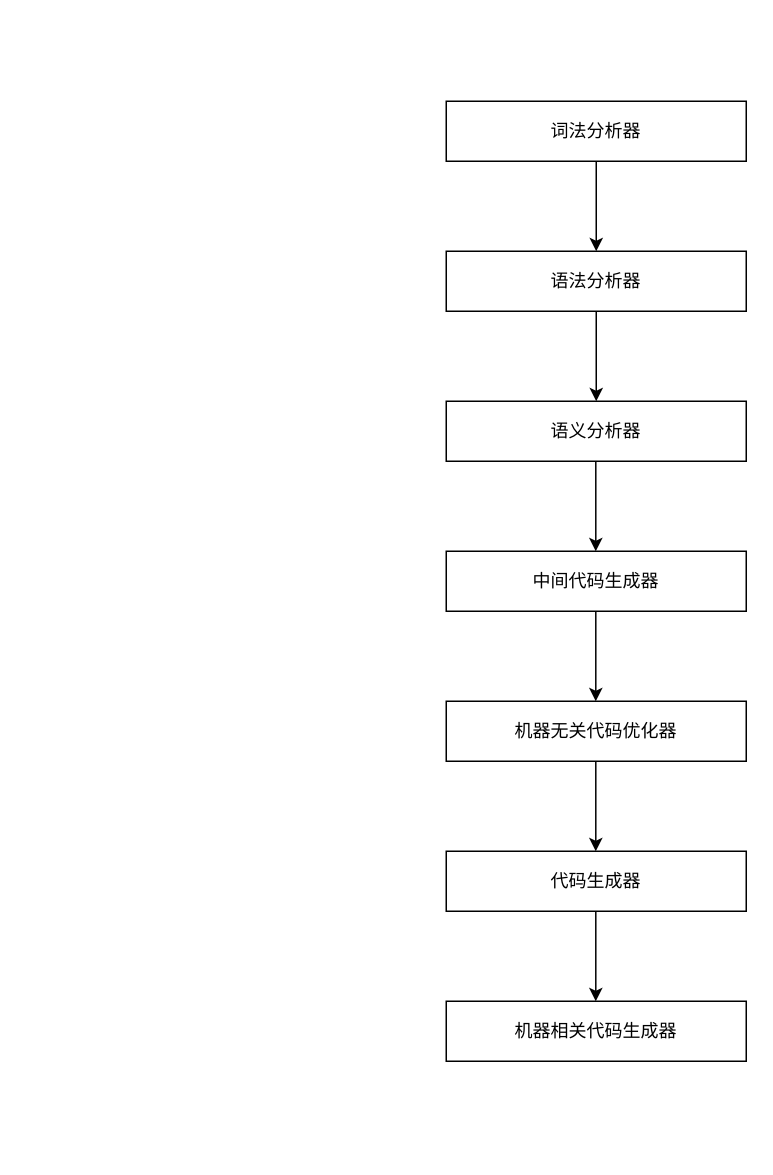
Before: Untitled Diagram.drawio in agmtopy/noteBook, a draw.io diagram. Source tidied: cells renumbered, new cells numbered last; positions are measured from the earlier drawing's top-left corner, leaving out a move shared by most shapes. Both pictures are drawn from the tidied source at 150%, with x=0, y=0 at pixel (446, 100).
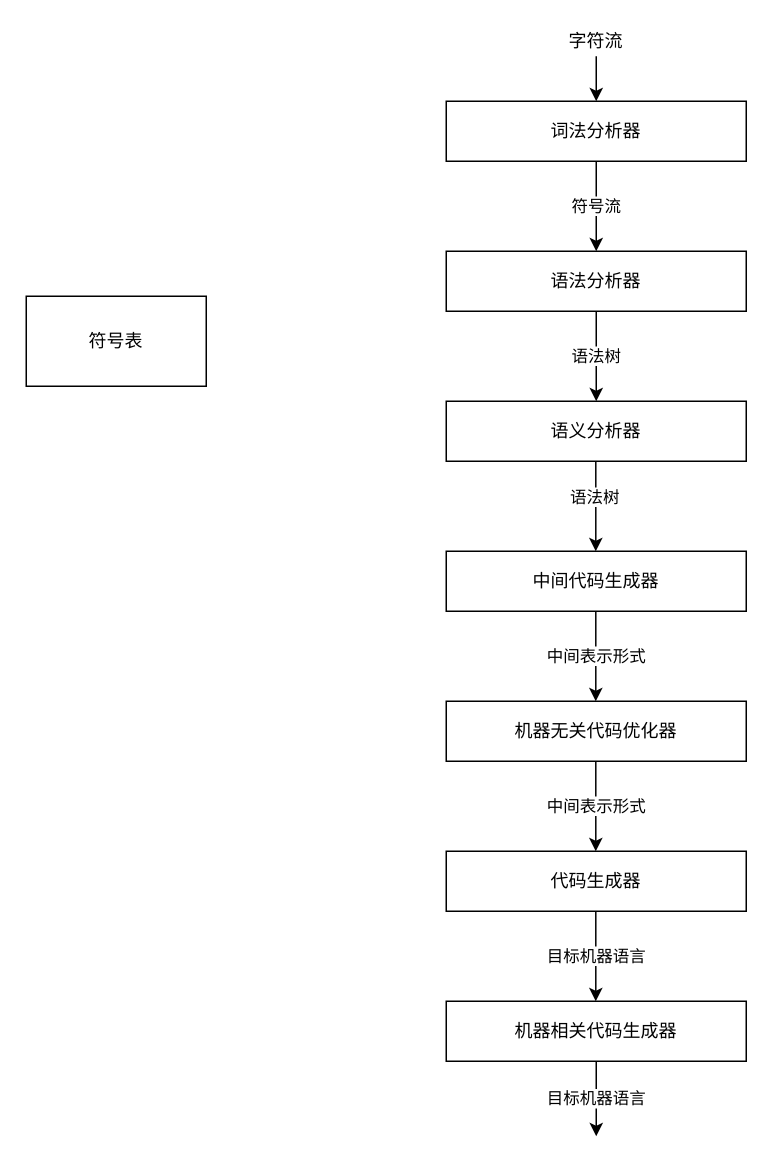
The same page after the edit.

The change refers to these unchanged cells:
```xml
<mxCell id="2" value="词法分析器" style="rounded=0;whiteSpace=wrap;html=1;" parent="1" vertex="1">
  <mxGeometry width="200" height="40" as="geometry" />
</mxCell>
<mxCell id="3" value="语法分析器" style="rounded=0;whiteSpace=wrap;html=1;" parent="1" vertex="1">
  <mxGeometry y="100" width="200" height="40" as="geometry" />
</mxCell>
<mxCell id="8" value="机器相关代码生成器" style="rounded=0;whiteSpace=wrap;html=1;" parent="1" vertex="1">
  <mxGeometry y="600" width="200" height="40" as="geometry" />
</mxCell>
<mxCell id="11" style="endArrow=classic;html=1;exitX=0.5;exitY=1;exitDx=0;exitDy=0;" parent="1" edge="1">
  <mxGeometry relative="1" as="geometry">
    <mxPoint x="99.7" y="240" as="sourcePoint" />
    <mxPoint x="99.7" y="300" as="targetPoint" />
  </mxGeometry>
</mxCell>
```

Diff of the diagram source:
```diff
@@
-    <mxCell id="9" style="endArrow=classic;html=1;exitX=0.5;exitY=1;exitDx=0;exitDy=0;" parent="1" edge="1" source="2" target="3">
+    <mxCell id="9" value="符号流" style="endArrow=classic;html=1;exitX=0.5;exitY=1;exitDx=0;exitDy=0;" parent="1" edge="1" source="2" target="3">
       <mxGeometry relative="1" as="geometry" />
     </mxCell>
-    <mxCell id="10" style="endArrow=classic;html=1;exitX=0.5;exitY=1;exitDx=0;exitDy=0;" parent="1" edge="1" source="3">
+    <mxCell id="10" value="语法树" style="endArrow=classic;html=1;exitX=0.5;exitY=1;exitDx=0;exitDy=0;" parent="1" edge="1" source="3">
       <mxGeometry relative="1" as="geometry">
         <mxPoint x="100" y="200" as="targetPoint" />
       </mxGeometry>
     </mxCell>
@@
+    <mxCell id="15" value="语法树" style="edgeLabel;html=1;align=center;verticalAlign=middle;" parent="11" vertex="1">
+      <mxGeometry x="-0.24" y="-1" relative="1" as="geometry" />
+    </mxCell>
-    <mxCell id="12" style="endArrow=classic;html=1;exitX=0.5;exitY=1;exitDx=0;exitDy=0;" parent="1" edge="1">
+    <mxCell id="12" value="中间表示形式" style="endArrow=classic;html=1;exitX=0.5;exitY=1;exitDx=0;exitDy=0;" parent="1" edge="1">
       <mxGeometry relative="1" as="geometry">
         <mxPoint x="99.7" y="340" as="sourcePoint" />
         <mxPoint x="99.7" y="400" as="targetPoint" />
       </mxGeometry>
     </mxCell>
-    <mxCell id="13" style="endArrow=classic;html=1;exitX=0.5;exitY=1;exitDx=0;exitDy=0;" parent="1" edge="1">
+    <mxCell id="13" value="中间表示形式" style="endArrow=classic;html=1;exitX=0.5;exitY=1;exitDx=0;exitDy=0;" parent="1" edge="1">
       <mxGeometry relative="1" as="geometry">
         <mxPoint x="99.7" y="440" as="sourcePoint" />
         <mxPoint x="99.7" y="500" as="targetPoint" />
       </mxGeometry>
     </mxCell>
-    <mxCell id="14" style="endArrow=classic;html=1;exitX=0.5;exitY=1;exitDx=0;exitDy=0;" parent="1" edge="1">
+    <mxCell id="14" value="目标机器语言" style="endArrow=classic;html=1;exitX=0.5;exitY=1;exitDx=0;exitDy=0;" parent="1" edge="1">
       <mxGeometry relative="1" as="geometry">
         <mxPoint x="99.7" y="540" as="sourcePoint" />
         <mxPoint x="99.7" y="600" as="targetPoint" />
       </mxGeometry>
     </mxCell>
+    <mxCell id="16" value="字符流" style="text;html=1;strokeColor=none;fillColor=none;align=center;verticalAlign=middle;whiteSpace=wrap;rounded=0;" parent="1" vertex="1">
+      <mxGeometry x="80" y="-50" width="40" height="20" as="geometry" />
+    </mxCell>
+    <mxCell id="17" style="endArrow=classic;html=1;exitX=0.5;exitY=1;exitDx=0;exitDy=0;" parent="1" edge="1" source="16" target="2">
+      <mxGeometry relative="1" as="geometry" />
+    </mxCell>
+    <mxCell id="18" value="目标机器语言" style="endArrow=classic;html=1;exitX=0.5;exitY=1;exitDx=0;exitDy=0;" parent="1" edge="1" source="8">
+      <mxGeometry relative="1" as="geometry">
+        <mxPoint x="100" y="690" as="targetPoint" />
+      </mxGeometry>
+    </mxCell>
+    <mxCell id="19" value="符号表" style="rounded=0;whiteSpace=wrap;html=1;" parent="1" vertex="1">
+      <mxGeometry x="-280" y="130" width="120" height="60" as="geometry" />
+    </mxCell>
```
